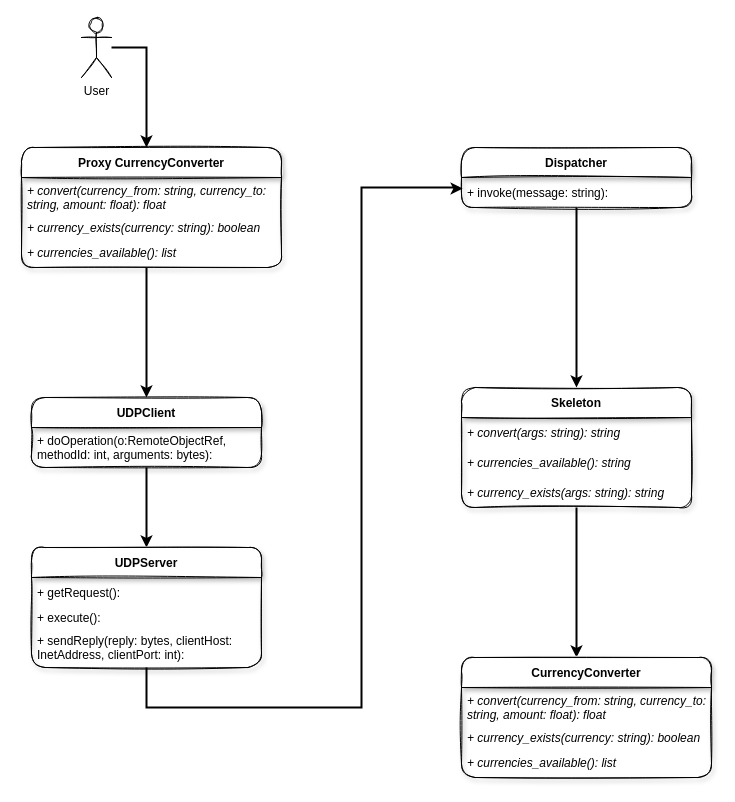
Before: docs/CurrencyConverter Diagram.drawio in joaocarvoli-university/distribuited-systems, a draw.io diagram. Source tidied: cells renumbered, new cells numbered last; positions are measured from the earlier drawing's top-left corner, leaving out a move shared by most shapes. Both pictures are drawn from the tidied source at 100%, with x=0, y=0 at pixel (21, 17).
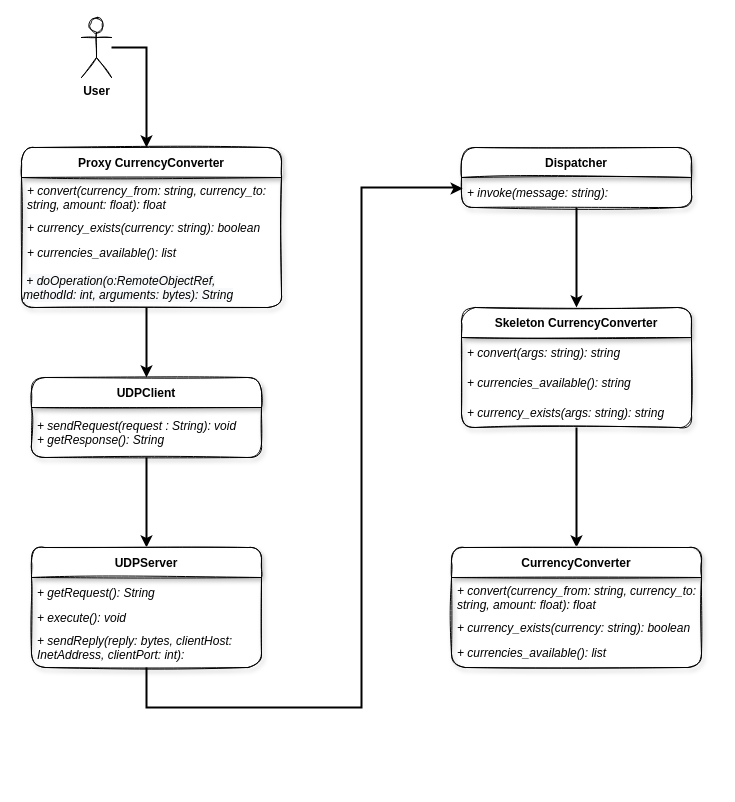
Above is the later version.

The change refers to these unchanged cells:
```xml
<mxCell id="13" value="UDPServer" style="swimlane;fontStyle=1;horizontal=1;startSize=30;rounded=1;shadow=1;sketch=1;" parent="1" vertex="1">
  <mxGeometry x="10" y="530" width="230" height="120" as="geometry" />
</mxCell>
<mxCell id="18" value="Dispatcher" style="swimlane;fontStyle=1;horizontal=1;startSize=30;rounded=1;shadow=1;sketch=1;" parent="1" vertex="1">
  <mxGeometry x="440" y="130" width="230" height="60" as="geometry" />
</mxCell>
```

The edit, as a diff of the source:
```diff
@@
     <mxCell id="3" value="Proxy CurrencyConverter" style="swimlane;fontStyle=1;horizontal=1;startSize=30;shadow=1;rounded=1;sketch=1;" parent="1" vertex="1">
-      <mxGeometry y="130" width="260" height="120" as="geometry" />
+      <mxGeometry y="130" width="260" height="160" as="geometry" />
     </mxCell>
@@
+    <mxCell id="29" value="&lt;i&gt;&lt;span style=&quot;color: rgb(0, 0, 0); font-family: Helvetica; font-size: 12px; font-variant-ligatures: normal; font-variant-caps: normal; font-weight: 400; letter-spacing: normal; orphans: 2; text-align: left; text-indent: 0px; text-transform: none; widows: 2; word-spacing: 0px; -webkit-text-stroke-width: 0px; background-color: rgb(248, 249, 250); text-decoration-thickness: initial; text-decoration-style: initial; text-decoration-color: initial; float: none; display: inline !important;&quot;&gt;&amp;nbsp;+ doOperation(o:RemoteObjectRef,&lt;/span&gt;&lt;br style=&quot;padding: 0px; margin: 0px; color: rgb(0, 0, 0); font-family: Helvetica; font-size: 12px; font-variant-ligatures: normal; font-variant-caps: normal; font-weight: 400; letter-spacing: normal; orphans: 2; text-align: left; text-indent: 0px; text-transform: none; widows: 2; word-spacing: 0px; -webkit-text-stroke-width: 0px; background-color: rgb(248, 249, 250); text-decoration-thickness: initial; text-decoration-style: initial; text-decoration-color: initial;&quot;&gt;&lt;span style=&quot;color: rgb(0, 0, 0); font-family: Helvetica; font-size: 12px; font-variant-ligatures: normal; font-variant-caps: normal; font-weight: 400; letter-spacing: normal; orphans: 2; text-align: left; text-indent: 0px; text-transform: none; widows: 2; word-spacing: 0px; -webkit-text-stroke-width: 0px; background-color: rgb(248, 249, 250); text-decoration-thickness: initial; text-decoration-style: initial; text-decoration-color: initial; float: none; display: inline !important;&quot;&gt;methodId: int, arguments: bytes): String&lt;/span&gt;&lt;/i&gt;" style="text;whiteSpace=wrap;html=1;" parent="3" vertex="1">
+      <mxGeometry y="120" width="260" height="40" as="geometry" />
+    </mxCell>
@@
-    <mxCell id="8" value="User" style="shape=umlActor;verticalLabelPosition=bottom;verticalAlign=top;html=1;outlineConnect=0;shadow=0;sketch=1;" parent="1" vertex="1">
+    <mxCell id="8" value="&lt;b&gt;User&lt;/b&gt;" style="shape=umlActor;verticalLabelPosition=bottom;verticalAlign=top;html=1;outlineConnect=0;shadow=0;sketch=1;" parent="1" vertex="1">
       <mxGeometry x="60" width="30" height="60" as="geometry" />
     </mxCell>
@@
     <mxCell id="10" value="UDPClient" style="swimlane;fontStyle=1;horizontal=1;startSize=30;shadow=1;rounded=1;sketch=1;" parent="1" vertex="1">
-      <mxGeometry x="10" y="380" width="230" height="70" as="geometry" />
+      <mxGeometry x="10" y="360" width="230" height="80" as="geometry" />
     </mxCell>
-    <mxCell id="11" value="+ doOperation(o:RemoteObjectRef, &#10;methodId: int, arguments: bytes):" style="text;align=left;verticalAlign=middle;spacingLeft=4;spacingRight=4;overflow=hidden;" parent="10" vertex="1">
-      <mxGeometry y="30" width="230" height="40" as="geometry" />
+    <mxCell id="11" value="+ sendRequest(request : String): void&#10;+ getResponse(): String" style="text;align=left;verticalAlign=middle;spacingLeft=4;spacingRight=4;overflow=hidden;fontStyle=2;" parent="10" vertex="1">
+      <mxGeometry y="30" width="230" height="50" as="geometry" />
     </mxCell>
@@
-    <mxCell id="14" value="+ getRequest():" style="text;align=left;verticalAlign=middle;spacingLeft=4;spacingRight=4;overflow=hidden;" parent="13" vertex="1">
+    <mxCell id="14" value="+ getRequest(): String" style="text;align=left;verticalAlign=middle;spacingLeft=4;spacingRight=4;overflow=hidden;fontStyle=2;" parent="13" vertex="1">
       <mxGeometry y="30" width="230" height="30" as="geometry" />
     </mxCell>
-    <mxCell id="15" value="+ execute():" style="text;align=left;verticalAlign=middle;spacingLeft=4;spacingRight=4;overflow=hidden;" parent="13" vertex="1">
+    <mxCell id="15" value="+ execute(): void" style="text;align=left;verticalAlign=middle;spacingLeft=4;spacingRight=4;overflow=hidden;fontStyle=2;" parent="13" vertex="1">
       <mxGeometry y="60" width="230" height="20" as="geometry" />
     </mxCell>
-    <mxCell id="16" value="+ sendReply(reply: bytes, clientHost:&#10;InetAddress, clientPort: int):" style="text;align=left;verticalAlign=middle;spacingLeft=4;spacingRight=4;overflow=hidden;" parent="13" vertex="1">
+    <mxCell id="16" value="+ sendReply(reply: bytes, clientHost:&#10;InetAddress, clientPort: int):" style="text;align=left;verticalAlign=middle;spacingLeft=4;spacingRight=4;overflow=hidden;fontStyle=2;" parent="13" vertex="1">
       <mxGeometry y="80" width="230" height="40" as="geometry" />
     </mxCell>
-    <mxCell id="17" style="edgeStyle=orthogonalEdgeStyle;rounded=0;jettySize=auto;html=1;entryX=0.5;entryY=0;entryDx=0;entryDy=0;strokeWidth=2;" parent="1" edge="1" source="18" target="21">
+    <mxCell id="17" style="edgeStyle=orthogonalEdgeStyle;rounded=0;jettySize=auto;html=1;strokeWidth=2;entryX=0.5;entryY=0;entryDx=0;entryDy=0;" parent="1" edge="1" source="18" target="21">
       <mxGeometry relative="1" as="geometry" />
     </mxCell>
@@
-    <mxCell id="19" value="+ invoke(message: string):" style="text;align=left;verticalAlign=middle;spacingLeft=4;spacingRight=4;overflow=hidden;points=[[0,0.5],[1,0.5]];portConstraint=eastwest;" parent="18" vertex="1">
+    <mxCell id="19" value="+ invoke(message: string):" style="text;align=left;verticalAlign=middle;spacingLeft=4;spacingRight=4;overflow=hidden;points=[[0,0.5],[1,0.5]];portConstraint=eastwest;fontStyle=2;" parent="18" vertex="1">
       <mxGeometry y="30" width="230" height="30" as="geometry" />
     </mxCell>
-    <mxCell id="20" style="edgeStyle=orthogonalEdgeStyle;rounded=0;jettySize=auto;html=1;entryX=0.46;entryY=0;entryDx=0;entryDy=0;entryPerimeter=0;strokeWidth=2;" parent="1" edge="1" source="21" target="25">
+    <mxCell id="20" style="edgeStyle=orthogonalEdgeStyle;rounded=0;jettySize=auto;html=1;strokeWidth=2;entryX=0.5;entryY=0;entryDx=0;entryDy=0;" parent="1" edge="1" source="21" target="25">
       <mxGeometry relative="1" as="geometry" />
     </mxCell>
-    <mxCell id="21" value="Skeleton" style="swimlane;fontStyle=1;horizontal=1;startSize=30;rounded=1;shadow=1;sketch=1;" parent="1" vertex="1">
-      <mxGeometry x="440" y="370" width="230" height="120" as="geometry" />
+    <mxCell id="21" value="Skeleton CurrencyConverter" style="swimlane;fontStyle=1;horizontal=1;startSize=30;rounded=1;shadow=1;sketch=1;" parent="1" vertex="1">
+      <mxGeometry x="440" y="290" width="230" height="120" as="geometry" />
     </mxCell>
@@
     <mxCell id="25" value="CurrencyConverter" style="swimlane;fontStyle=1;horizontal=1;startSize=30;rounded=1;shadow=1;sketch=1;" parent="1" vertex="1">
-      <mxGeometry x="440" y="640" width="250" height="120" as="geometry" />
+      <mxGeometry x="430" y="530" width="250" height="120" as="geometry" />
     </mxCell>
     <mxCell id="26" value="+ convert(currency_from: string, currency_to:&#10;string, amount: float): float" style="text;align=left;verticalAlign=middle;spacingLeft=4;spacingRight=4;overflow=hidden;fontStyle=2;shadow=0;labelBorderColor=none;labelBackgroundColor=none;" parent="1" vertex="1">
-      <mxGeometry x="440" y="660" width="250" height="60" as="geometry" />
+      <mxGeometry x="430" y="550" width="250" height="60" as="geometry" />
     </mxCell>
     <mxCell id="27" value="+ currency_exists(currency: string): boolean" style="text;align=left;verticalAlign=middle;spacingLeft=4;spacingRight=4;overflow=hidden;shadow=0;fontStyle=2;labelBorderColor=none;labelBackgroundColor=none;" parent="1" vertex="1">
-      <mxGeometry x="440" y="700" width="250" height="40" as="geometry" />
+      <mxGeometry x="430" y="590" width="250" height="40" as="geometry" />
     </mxCell>
     <mxCell id="28" value="+ currencies_available(): list" style="text;align=left;verticalAlign=middle;spacingLeft=4;spacingRight=4;overflow=hidden;shadow=0;fontStyle=2;labelBorderColor=none;labelBackgroundColor=none;" parent="1" vertex="1">
-      <mxGeometry x="440" y="730" width="230" height="30" as="geometry" />
+      <mxGeometry x="430" y="620" width="230" height="30" as="geometry" />
     </mxCell>
```
